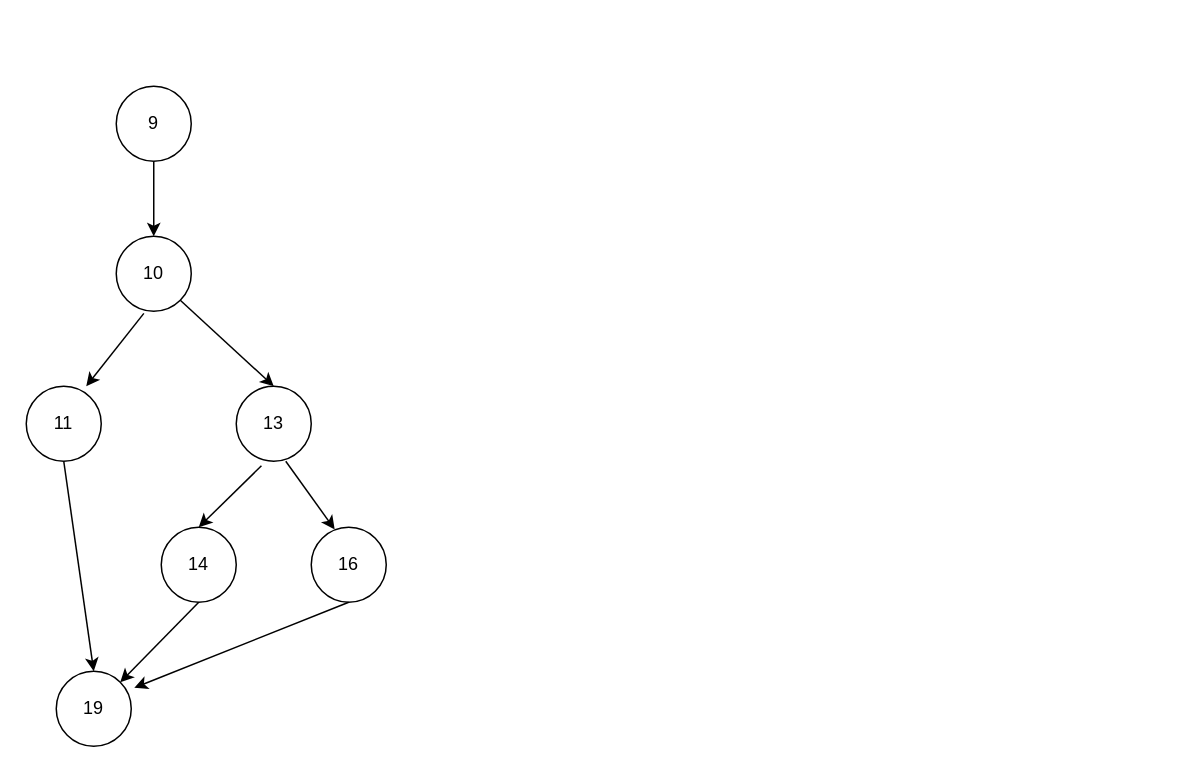
This is 控制流图.drawio from beyondgogogo/Graph, a draw.io file, before an edit. Source tidied: cells renumbered, new cells numbered last; positions are measured from the earlier drawing's top-left corner, leaving out a move shared by most shapes. Both pictures are drawn from the tidied source at 150%, with x=0, y=0 at pixel (26, 86).
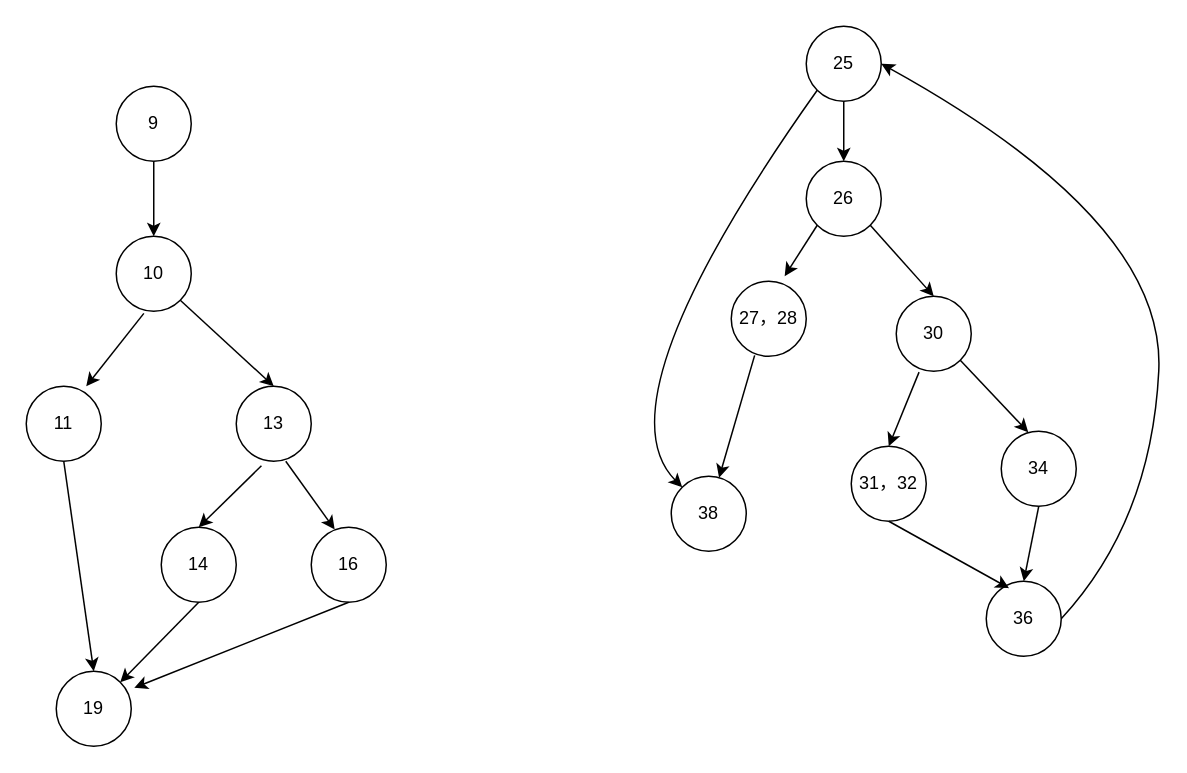
The same page after the edit.

Commit message:
更新控制流图.drawio

What changed in the source:
```diff
@@
+    <mxCell id="17" value="26" style="ellipse;whiteSpace=wrap;html=1;" parent="1" vertex="1">
+      <mxGeometry x="520" y="50" width="50" height="50" as="geometry" />
+    </mxCell>
+    <mxCell id="18" value="27，28" style="ellipse;whiteSpace=wrap;html=1;" parent="1" vertex="1">
+      <mxGeometry x="470" y="130" width="50" height="50" as="geometry" />
+    </mxCell>
+    <mxCell id="19" value="25" style="ellipse;whiteSpace=wrap;html=1;" parent="1" vertex="1">
+      <mxGeometry x="520" y="-40" width="50" height="50" as="geometry" />
+    </mxCell>
+    <mxCell id="20" value="30" style="ellipse;whiteSpace=wrap;html=1;" parent="1" vertex="1">
+      <mxGeometry x="580" y="140" width="50" height="50" as="geometry" />
+    </mxCell>
+    <mxCell id="21" value="34" style="ellipse;whiteSpace=wrap;html=1;" parent="1" vertex="1">
+      <mxGeometry x="650" y="230" width="50" height="50" as="geometry" />
+    </mxCell>
+    <mxCell id="22" value="31，32" style="ellipse;whiteSpace=wrap;html=1;" parent="1" vertex="1">
+      <mxGeometry x="550" y="240" width="50" height="50" as="geometry" />
+    </mxCell>
+    <mxCell id="23" value="36" style="ellipse;whiteSpace=wrap;html=1;" parent="1" vertex="1">
+      <mxGeometry x="640" y="330" width="50" height="50" as="geometry" />
+    </mxCell>
+    <mxCell id="24" value="38" style="ellipse;whiteSpace=wrap;html=1;" parent="1" vertex="1">
+      <mxGeometry x="430" y="260" width="50" height="50" as="geometry" />
+    </mxCell>
+    <mxCell id="25" style="endArrow=classic;html=1;rounded=0;entryX=0.5;entryY=0;entryDx=0;entryDy=0;exitX=0.5;exitY=1;exitDx=0;exitDy=0;" parent="1" edge="1" source="19" target="17">
+      <mxGeometry relative="1" as="geometry" />
+    </mxCell>
+    <mxCell id="26" style="endArrow=classic;html=1;rounded=0;entryX=0.712;entryY=-0.068;entryDx=0;entryDy=0;entryPerimeter=0;exitX=0;exitY=1;exitDx=0;exitDy=0;" parent="1" edge="1" source="17" target="18">
+      <mxGeometry relative="1" as="geometry" />
+    </mxCell>
+    <mxCell id="27" style="endArrow=classic;html=1;rounded=0;exitX=1;exitY=1;exitDx=0;exitDy=0;entryX=0.5;entryY=0;entryDx=0;entryDy=0;" parent="1" edge="1" source="17" target="20">
+      <mxGeometry relative="1" as="geometry" />
+    </mxCell>
+    <mxCell id="28" style="endArrow=classic;html=1;rounded=0;exitX=0.312;exitY=0.988;exitDx=0;exitDy=0;exitPerimeter=0;" parent="1" edge="1" source="18" target="24">
+      <mxGeometry relative="1" as="geometry" />
+    </mxCell>
+    <mxCell id="29" style="endArrow=classic;html=1;rounded=0;entryX=0.5;entryY=0;entryDx=0;entryDy=0;exitX=0.304;exitY=1.012;exitDx=0;exitDy=0;exitPerimeter=0;" parent="1" edge="1" source="20" target="22">
+      <mxGeometry relative="1" as="geometry" />
+    </mxCell>
+    <mxCell id="30" style="endArrow=classic;html=1;rounded=0;exitX=1;exitY=1;exitDx=0;exitDy=0;entryX=0.36;entryY=0.012;entryDx=0;entryDy=0;entryPerimeter=0;" parent="1" edge="1" source="20" target="21">
+      <mxGeometry relative="1" as="geometry" />
+    </mxCell>
+    <mxCell id="31" style="endArrow=classic;html=1;rounded=0;exitX=0.5;exitY=1;exitDx=0;exitDy=0;entryX=0.304;entryY=0.092;entryDx=0;entryDy=0;entryPerimeter=0;" parent="1" edge="1" source="22" target="23">
+      <mxGeometry relative="1" as="geometry" />
+    </mxCell>
+    <mxCell id="32" style="endArrow=classic;html=1;rounded=0;exitX=0.5;exitY=1;exitDx=0;exitDy=0;entryX=0.5;entryY=0;entryDx=0;entryDy=0;" parent="1" edge="1" source="21" target="23">
+      <mxGeometry relative="1" as="geometry" />
+    </mxCell>
+    <mxCell id="33" style="curved=1;endArrow=classic;html=1;rounded=0;entryX=1;entryY=0.5;entryDx=0;entryDy=0;exitX=1;exitY=0.5;exitDx=0;exitDy=0;" parent="1" edge="1" source="23" target="19">
+      <mxGeometry relative="1" as="geometry">
+        <Array as="points">
+          <mxPoint x="750" y="290" />
+          <mxPoint x="760" y="90" />
+        </Array>
+      </mxGeometry>
+    </mxCell>
+    <mxCell id="34" style="curved=1;endArrow=classic;html=1;rounded=0;entryX=0;entryY=0;entryDx=0;entryDy=0;exitX=0;exitY=1;exitDx=0;exitDy=0;" parent="1" edge="1" source="19" target="24">
+      <mxGeometry relative="1" as="geometry">
+        <Array as="points">
+          <mxPoint x="380" y="210" />
+        </Array>
+      </mxGeometry>
+    </mxCell>
```
